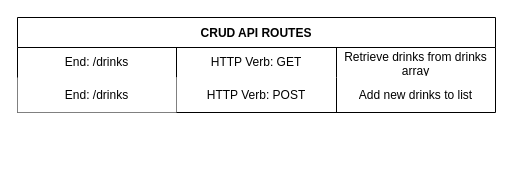
The draw.io diagram planning/endpoint.drawio in scmh001/react-hooks-phase-2-project, before the edit. Source tidied: cells renumbered, new cells numbered last; positions are measured from the earlier drawing's top-left corner, leaving out a move shared by most shapes. Both pictures are drawn from the tidied source at 100%, with x=0, y=0 at pixel (17, 17).
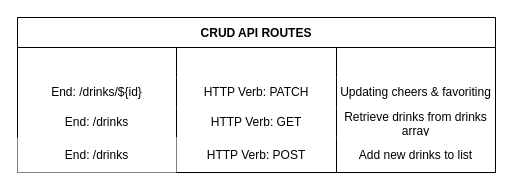
The same page after the edit.

What changed in the source:
```diff
@@
 <mxGraphModel>
   <root>
     <mxCell id="0" />
     <mxCell id="1" parent="0" />
     <mxCell id="2" value="CRUD API ROUTES" style="shape=table;startSize=30;childLayout=tableLayout;rowLines=0;fontStyle=1;strokeColor=default;fillColor=none;" parent="1" vertex="1">
-      <mxGeometry width="478" height="95" as="geometry" />
+      <mxGeometry width="478" height="155" as="geometry" />
     </mxCell>
+    <mxCell id="11" style="shape=tableRow;horizontal=0;startSize=0;swimlaneHead=0;swimlaneBody=0;top=0;left=0;bottom=0;right=0;fillColor=none;strokeColor=default;" parent="2" vertex="1">
+      <mxGeometry y="30" width="478" height="30" as="geometry" />
+    </mxCell>
+    <mxCell id="12" style="shape=partialRectangle;html=1;whiteSpace=wrap;fillColor=none;top=0;left=0;bottom=0;right=0;overflow=hidden;strokeColor=default;" parent="11" vertex="1">
+      <mxGeometry width="159" height="30" as="geometry" />
+    </mxCell>
+    <mxCell id="13" style="shape=partialRectangle;html=1;whiteSpace=wrap;fillColor=none;top=0;left=0;bottom=0;right=0;overflow=hidden;strokeColor=default;fontSize=12;" parent="11" vertex="1">
+      <mxGeometry x="159" width="160" height="30" as="geometry" />
+    </mxCell>
+    <mxCell id="14" style="shape=partialRectangle;html=1;whiteSpace=wrap;fillColor=none;top=0;left=0;bottom=0;right=0;overflow=hidden;strokeColor=default;" parent="11" vertex="1">
+      <mxGeometry x="319" width="159" height="30" as="geometry" />
+    </mxCell>
+    <mxCell id="15" style="shape=tableRow;horizontal=0;startSize=0;swimlaneHead=0;swimlaneBody=0;top=0;left=0;bottom=0;right=0;fillColor=none;strokeColor=default;" parent="2" vertex="1">
+      <mxGeometry y="60" width="478" height="30" as="geometry" />
+    </mxCell>
+    <mxCell id="16" value="End: /drinks/${id}" style="shape=partialRectangle;html=1;whiteSpace=wrap;fillColor=none;top=0;left=0;bottom=0;right=0;overflow=hidden;strokeColor=default;" parent="15" vertex="1">
+      <mxGeometry width="159" height="30" as="geometry" />
+    </mxCell>
+    <mxCell id="17" value="HTTP Verb: PATCH" style="shape=partialRectangle;html=1;whiteSpace=wrap;fillColor=none;top=0;left=0;bottom=0;right=0;overflow=hidden;strokeColor=default;fontSize=12;" parent="15" vertex="1">
+      <mxGeometry x="159" width="160" height="30" as="geometry" />
+    </mxCell>
+    <mxCell id="18" value="Updating cheers &amp;amp; favoriting" style="shape=partialRectangle;html=1;whiteSpace=wrap;fillColor=none;top=0;left=0;bottom=0;right=0;overflow=hidden;strokeColor=default;" parent="15" vertex="1">
+      <mxGeometry x="319" width="159" height="30" as="geometry" />
+    </mxCell>
     <mxCell id="3" style="shape=tableRow;horizontal=0;startSize=0;swimlaneHead=0;swimlaneBody=0;top=0;left=0;bottom=0;right=0;fillColor=none;strokeColor=default;" parent="2" vertex="1">
-      <mxGeometry y="30" width="478" height="30" as="geometry" />
+      <mxGeometry y="90" width="478" height="30" as="geometry" />
     </mxCell>
     <mxCell id="4" value="End: /drinks" style="shape=partialRectangle;html=1;whiteSpace=wrap;fillColor=none;top=0;left=0;bottom=0;right=0;overflow=hidden;strokeColor=default;" parent="3" vertex="1">
       <mxGeometry width="159" height="30" as="geometry" />
     </mxCell>
     <mxCell id="5" value="HTTP Verb: GET" style="shape=partialRectangle;html=1;whiteSpace=wrap;fillColor=none;top=0;left=0;bottom=0;right=0;overflow=hidden;strokeColor=default;fontSize=12;" parent="3" vertex="1">
       <mxGeometry x="159" width="160" height="30" as="geometry" />
     </mxCell>
     <mxCell id="6" value="Retrieve drinks from drinks array" style="shape=partialRectangle;html=1;whiteSpace=wrap;fillColor=none;top=0;left=0;bottom=0;right=0;overflow=hidden;strokeColor=default;" parent="3" vertex="1">
       <mxGeometry x="319" width="159" height="30" as="geometry" />
     </mxCell>
     <mxCell id="7" style="shape=tableRow;horizontal=0;startSize=0;swimlaneHead=0;swimlaneBody=0;top=0;left=0;bottom=0;right=0;fillColor=none;strokeColor=default;" parent="2" vertex="1">
-      <mxGeometry y="60" width="478" height="35" as="geometry" />
+      <mxGeometry y="120" width="478" height="35" as="geometry" />
     </mxCell>
     <mxCell id="8" value="End: /drinks" style="shape=partialRectangle;html=1;whiteSpace=wrap;fillColor=default;top=0;left=0;bottom=0;right=0;overflow=hidden;strokeColor=default;" parent="7" vertex="1">
       <mxGeometry width="159" height="35" as="geometry" />
     </mxCell>
     <mxCell id="9" value="HTTP Verb: POST" style="shape=partialRectangle;html=1;whiteSpace=wrap;fillColor=none;top=0;left=0;bottom=0;right=0;overflow=hidden;strokeColor=default;" parent="7" vertex="1">
       <mxGeometry x="159" width="160" height="35" as="geometry" />
     </mxCell>
     <mxCell id="10" value="Add new drinks to list" style="shape=partialRectangle;html=1;whiteSpace=wrap;fillColor=none;top=0;left=0;bottom=0;right=0;overflow=hidden;strokeColor=default;" parent="7" vertex="1">
       <mxGeometry x="319" width="159" height="35" as="geometry" />
     </mxCell>
   </root>
 </mxGraphModel>
```
